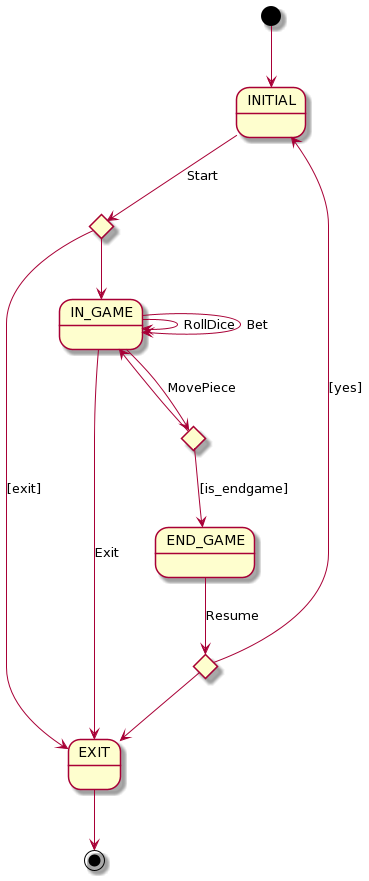
Earlier version of the PlantUML export rup/context/context.png (USantaTecla-game-backgammon/backgammon). Its diagram source:
```plantuml
@startuml
state INITIAL
state IN_GAME
state END_GAME
state EXIT

state is_endgame <<choice>>
state is_resume <<choice>>
state exit_from_initial <<choice>>


[*] --> INITIAL
INITIAL --> exit_from_initial: Start
exit_from_initial --> IN_GAME
exit_from_initial --> EXIT: [exit]

IN_GAME --> IN_GAME : RollDice
IN_GAME --> IN_GAME : Bet
IN_GAME --> is_endgame: MovePiece
IN_GAME --> EXIT: Exit
is_endgame --> IN_GAME
is_endgame --> END_GAME: [is_endgame]


END_GAME --> is_resume: Resume

is_resume --> INITIAL: [yes]
is_resume --> EXIT

EXIT --> [*]
@enduml
```
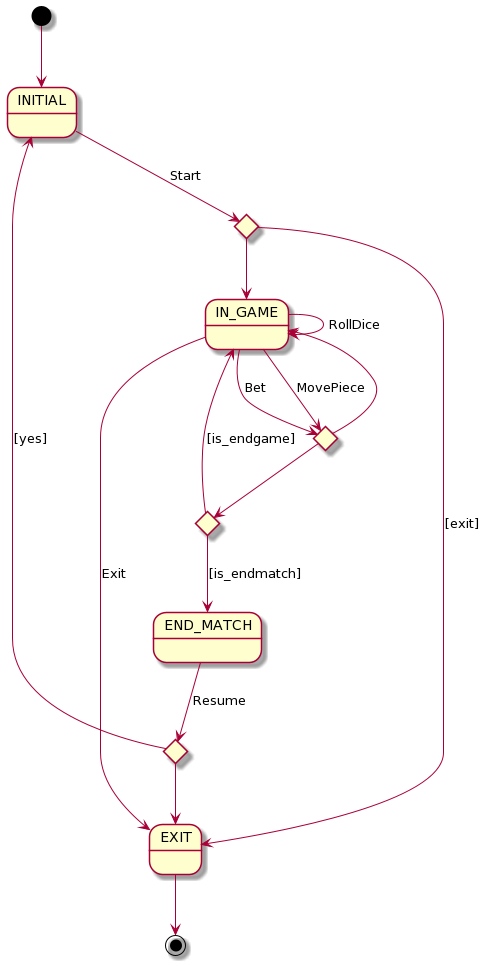
After the change.

Commit message:
Change Use Cases, add Resume, RollDice, Start. Menu??

The edit, as a diff of the source:
```diff
@@ -1,10 +1,11 @@
 @startuml
 state INITIAL
 state IN_GAME
-state END_GAME
+state END_MATCH
 state EXIT
 
 state is_endgame <<choice>>
+state is_endmatch <<choice>>
 state is_resume <<choice>>
 state exit_from_initial <<choice>>
 
@@ -15,14 +16,18 @@
 exit_from_initial --> EXIT: [exit]
 
 IN_GAME --> IN_GAME : RollDice
-IN_GAME --> IN_GAME : Bet
+IN_GAME --> is_endgame: Bet
 IN_GAME --> is_endgame: MovePiece
 IN_GAME --> EXIT: Exit
-is_endgame --> IN_GAME
-is_endgame --> END_GAME: [is_endgame]
 
 
-END_GAME --> is_resume: Resume
+is_endgame --> IN_GAME
+is_endgame --> is_endmatch
+
+is_endmatch --> END_MATCH: [is_endmatch]
+is_endmatch --> IN_GAME: [is_endgame]
+
+END_MATCH --> is_resume: Resume
 
 is_resume --> INITIAL: [yes]
 is_resume --> EXIT
```
